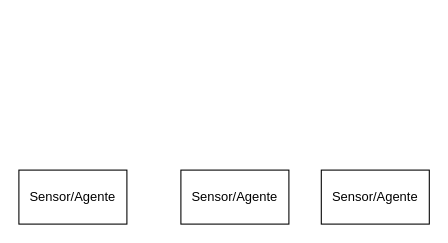
The draw.io diagram Infraestructura-SLMD.drawio in victorcentellas/SLMD, before the edit. Source tidied: cells renumbered, new cells numbered last; positions are measured from the earlier drawing's top-left corner, leaving out a move shared by most shapes. Both pictures are drawn from the tidied source at 108%, with x=0, y=0 at pixel (18, 170).
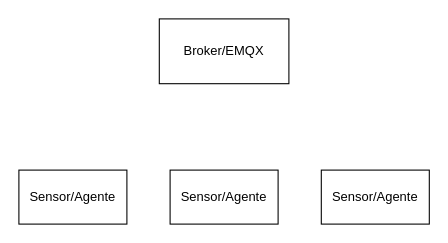
The same page after the edit.

What changed in the source:
```diff
@@
 <mxGraphModel>
   <root>
     <mxCell id="0" />
     <mxCell id="1" parent="0" />
     <mxCell id="2" value="Sensor/Agente" style="rounded=0;whiteSpace=wrap;html=1;" parent="1" vertex="1">
       <mxGeometry width="100" height="50" as="geometry" />
     </mxCell>
     <mxCell id="3" value="Sensor/Agente" style="rounded=0;whiteSpace=wrap;html=1;" parent="1" vertex="1">
-      <mxGeometry x="150" width="100" height="50" as="geometry" />
+      <mxGeometry x="140" width="100" height="50" as="geometry" />
     </mxCell>
     <mxCell id="4" value="Sensor/Agente" style="rounded=0;whiteSpace=wrap;html=1;" parent="1" vertex="1">
       <mxGeometry x="280" width="100" height="50" as="geometry" />
     </mxCell>
+    <mxCell id="5" value="Broker/EMQX" style="rounded=0;whiteSpace=wrap;html=1;" parent="1" vertex="1">
+      <mxGeometry x="130" y="-140" width="120" height="60" as="geometry" />
+    </mxCell>
   </root>
 </mxGraphModel>
```
